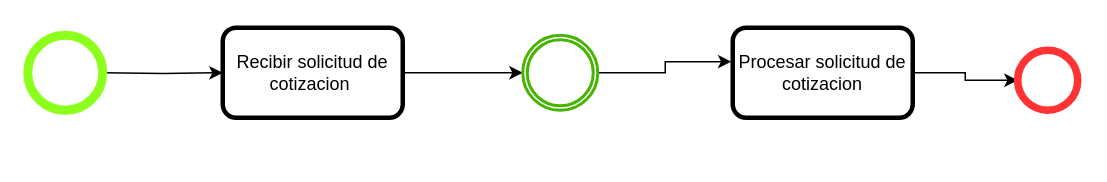
Earlier version of the draw.io diagram BPMN/Eventos/eventointermediosimple.drawio (IbarraZ11/Ing_Soft_2). Source tidied: cells renumbered, new cells numbered last; positions are measured from the earlier drawing's top-left corner, leaving out a move shared by most shapes. Both pictures are drawn from the tidied source at 150%, with x=0, y=0 at pixel (27, 27).
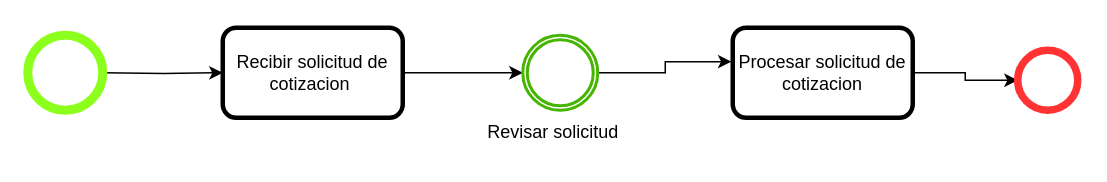
The same page after the edit.

Commit message:
Se agrego la etiqueta del evento intermedio

Diff of the diagram source:
```diff
@@
 <mxGraphModel>
   <root>
     <mxCell id="0" />
     <mxCell id="1" parent="0" />
     <mxCell id="2" style="edgeStyle=orthogonalEdgeStyle;rounded=0;jettySize=auto;html=1;exitX=1;exitY=0.5;exitDx=0;exitDy=0;exitPerimeter=0;entryX=0;entryY=0.5;entryDx=0;entryDy=0;" parent="1" edge="1" target="4">
       <mxGeometry relative="1" as="geometry">
         <mxPoint x="50" y="30" as="sourcePoint" />
       </mxGeometry>
     </mxCell>
     <mxCell id="3" style="edgeStyle=orthogonalEdgeStyle;rounded=0;jettySize=auto;html=1;entryX=0;entryY=0.5;entryDx=0;entryDy=0;strokeColor=#000000;" parent="1" edge="1" source="4">
       <mxGeometry relative="1" as="geometry">
         <mxPoint x="330" y="30" as="targetPoint" />
       </mxGeometry>
     </mxCell>
     <mxCell id="4" value="Recibir solicitud de cotizacion&amp;nbsp;" style="rounded=1;whiteSpace=wrap;html=1;strokeColor=#000000;strokeWidth=3;" parent="1" vertex="1">
       <mxGeometry x="130" width="120" height="60" as="geometry" />
     </mxCell>
     <mxCell id="5" style="edgeStyle=orthogonalEdgeStyle;rounded=0;jettySize=auto;html=1;entryX=0;entryY=0.5;entryDx=0;entryDy=0;entryPerimeter=0;strokeColor=#000000;" parent="1" edge="1" source="6" target="7">
       <mxGeometry relative="1" as="geometry" />
     </mxCell>
     <mxCell id="6" value="Procesar solicitud de cotizacion" style="rounded=1;whiteSpace=wrap;html=1;strokeColor=#000000;strokeWidth=3;" parent="1" vertex="1">
       <mxGeometry x="470" width="120" height="60" as="geometry" />
     </mxCell>
     <mxCell id="7" style="points=[[0.145,0.145,0],[0.5,0,0],[0.855,0.145,0],[1,0.5,0],[0.855,0.855,0],[0.5,1,0],[0.145,0.855,0],[0,0.5,0]];shape=mxgraph.bpmn.event;html=1;verticalLabelPosition=bottom;labelBackgroundColor=#ffffff;verticalAlign=top;align=center;perimeter=ellipsePerimeter;outlineConnect=0;outline=standard;symbol=general;strokeColor=#FF3333;strokeWidth=5;" parent="1" vertex="1">
       <mxGeometry x="660" y="15" width="40" height="40" as="geometry" />
     </mxCell>
     <mxCell id="8" style="shape=mxgraph.bpmn.event;html=1;verticalLabelPosition=bottom;labelBackgroundColor=#ffffff;verticalAlign=top;align=center;perimeter=ellipsePerimeter;outline=end;symbol=terminate2;strokeColor=#8DFF1C;fillColor=none;strokeWidth=2;" parent="1" vertex="1">
       <mxGeometry y="5" width="50" height="50" as="geometry" />
     </mxCell>
     <mxCell id="9" style="edgeStyle=orthogonalEdgeStyle;rounded=0;jettySize=auto;html=1;exitX=1;exitY=0.5;exitDx=0;exitDy=0;exitPerimeter=0;entryX=-0.007;entryY=0.377;entryDx=0;entryDy=0;entryPerimeter=0;" parent="1" edge="1" source="10" target="6">
       <mxGeometry relative="1" as="geometry" />
     </mxCell>
     <mxCell id="10" style="points=[[0.145,0.145,0],[0.5,0,0],[0.855,0.145,0],[1,0.5,0],[0.855,0.855,0],[0.5,1,0],[0.145,0.855,0],[0,0.5,0]];shape=mxgraph.bpmn.event;html=1;verticalLabelPosition=bottom;labelBackgroundColor=#ffffff;verticalAlign=top;align=center;perimeter=ellipsePerimeter;outlineConnect=0;outline=throwing;symbol=general;strokeColor=#45B500;strokeWidth=2;fillColor=none;" parent="1" vertex="1">
       <mxGeometry x="330" y="5" width="50" height="50" as="geometry" />
     </mxCell>
+    <mxCell id="11" value="Revisar solicitud" style="text;html=1;align=center;verticalAlign=middle;strokeColor=none;fillColor=none;" parent="1" vertex="1">
+      <mxGeometry x="295" y="55" width="110" height="30" as="geometry" />
+    </mxCell>
   </root>
 </mxGraphModel>
```
